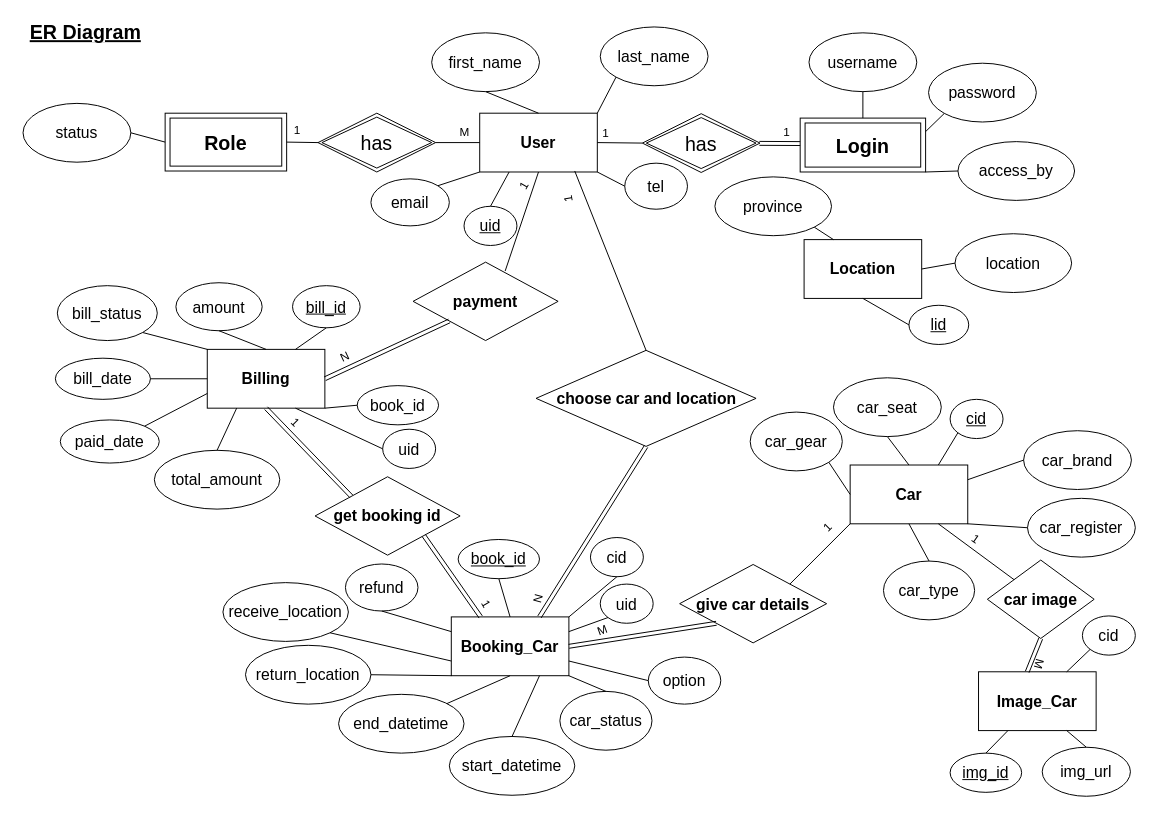
Above: page "ER Diagram" (1 of 2) of Online_Car_Rental_System.drawio in Werayootk/Online_Car_Rental_System (draw.io), before the change. Source tidied: cells renumbered, new cells numbered last; positions are measured from the earlier drawing's top-left corner, leaving out a move shared by most shapes. Both pictures are drawn from the tidied source at 98%, with x=0, y=0 at pixel (17, 17).
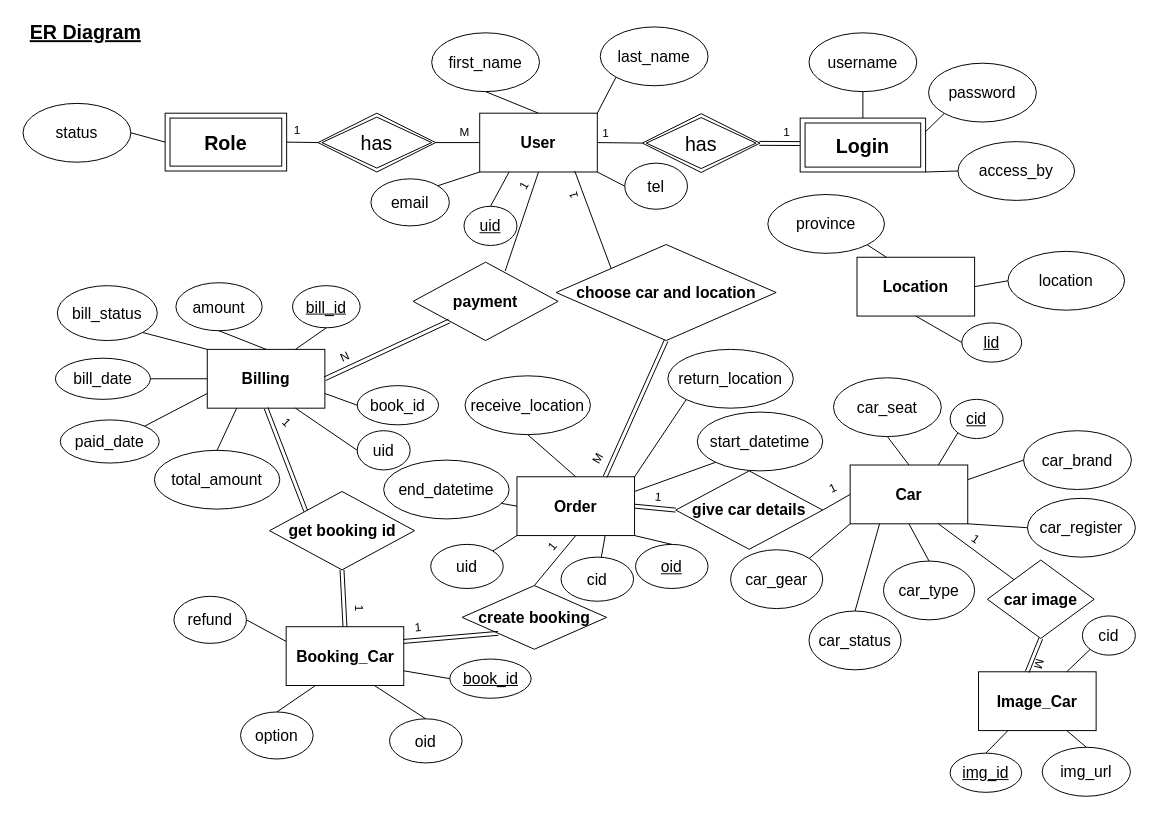
After the change.

Unchanged cells that the change refers to:
```xml
<mxCell id="3" value="&lt;b&gt;User&lt;/b&gt;" style="rounded=0;whiteSpace=wrap;html=1;labelBorderColor=none;fontSize=16;fontColor=#000000;strokeColor=#000000;fillColor=none;" parent="1" vertex="1">
  <mxGeometry x="472" y="98" width="120" height="60" as="geometry" />
</mxCell>
<mxCell id="18" value="&lt;b&gt;Car&lt;/b&gt;" style="rounded=0;whiteSpace=wrap;html=1;labelBorderColor=none;fontSize=16;fontColor=#000000;strokeColor=#000000;fillColor=none;" parent="1" vertex="1">
  <mxGeometry x="850" y="457" width="120" height="60" as="geometry" />
</mxCell>
<mxCell id="40" value="&lt;b&gt;Billing&lt;br&gt;&lt;/b&gt;" style="rounded=0;whiteSpace=wrap;html=1;labelBorderColor=none;fontSize=16;fontColor=#000000;strokeColor=#000000;fillColor=none;" parent="1" vertex="1">
  <mxGeometry x="194" y="339" width="120" height="60" as="geometry" />
</mxCell>
<mxCell id="57" value="book_id" style="ellipse;whiteSpace=wrap;html=1;labelBorderColor=none;fontSize=16;fontColor=#000000;strokeColor=#000000;fillColor=none;" parent="1" vertex="1">
  <mxGeometry x="347" y="376" width="83" height="40" as="geometry" />
</mxCell>
```

Change to the diagram source:
```diff
@@
     <mxCell id="19" value="&lt;b&gt;choose car and location&lt;/b&gt;" style="rhombus;whiteSpace=wrap;html=1;labelBorderColor=none;fontSize=16;fontColor=#000000;strokeColor=#000000;fillColor=none;" parent="1" vertex="1">
-      <mxGeometry x="529.5" y="340" width="224.5" height="98" as="geometry" />
+      <mxGeometry x="550" y="232" width="224.5" height="98" as="geometry" />
     </mxCell>
@@
     <mxCell id="24" value="car_gear" style="ellipse;whiteSpace=wrap;html=1;labelBorderColor=none;fontSize=16;fontColor=#000000;strokeColor=#000000;fillColor=none;" parent="1" vertex="1">
-      <mxGeometry x="748" y="403" width="94" height="60" as="geometry" />
+      <mxGeometry x="728" y="543.5" width="94" height="60" as="geometry" />
     </mxCell>
@@
     <mxCell id="39" value="&lt;b&gt;Booking_Car&lt;br&gt;&lt;/b&gt;" style="rounded=0;whiteSpace=wrap;html=1;labelBorderColor=none;fontSize=16;fontColor=#000000;strokeColor=#000000;fillColor=none;" parent="1" vertex="1">
-      <mxGeometry x="443" y="612" width="120" height="60" as="geometry" />
+      <mxGeometry x="274.5" y="622" width="120" height="60" as="geometry" />
     </mxCell>
@@
     <mxCell id="43" value="&lt;b&gt;give car details&lt;/b&gt;" style="rhombus;whiteSpace=wrap;html=1;labelBorderColor=none;fontSize=16;fontColor=#000000;strokeColor=#000000;fillColor=none;" parent="1" vertex="1">
-      <mxGeometry x="676" y="558.5" width="150" height="80" as="geometry" />
+      <mxGeometry x="672" y="463" width="150" height="80" as="geometry" />
     </mxCell>
-    <mxCell id="44" value="cid" style="ellipse;whiteSpace=wrap;html=1;labelBorderColor=none;fontSize=16;fontColor=#000000;strokeColor=#000000;fillColor=none;" parent="1" vertex="1">
-      <mxGeometry x="585" y="531" width="54" height="40" as="geometry" />
-    </mxCell>
     <mxCell id="45" value="car_status" style="ellipse;whiteSpace=wrap;html=1;labelBorderColor=none;fontSize=16;fontColor=#000000;strokeColor=#000000;fillColor=none;" parent="1" vertex="1">
-      <mxGeometry x="553.8" y="688" width="94" height="60" as="geometry" />
+      <mxGeometry x="808" y="606" width="94" height="60" as="geometry" />
     </mxCell>
     <mxCell id="46" value="&lt;u&gt;book_id&lt;/u&gt;" style="ellipse;whiteSpace=wrap;html=1;labelBorderColor=none;fontSize=16;fontColor=#000000;strokeColor=#000000;fillColor=none;" parent="1" vertex="1">
-      <mxGeometry x="450" y="533" width="83" height="40" as="geometry" />
+      <mxGeometry x="441.5" y="655" width="83" height="40" as="geometry" />
     </mxCell>
     <mxCell id="47" value="start_datetime" style="ellipse;whiteSpace=wrap;html=1;labelBorderColor=none;fontSize=16;fontColor=#000000;strokeColor=#000000;fillColor=none;" parent="1" vertex="1">
-      <mxGeometry x="441" y="734" width="128" height="60" as="geometry" />
+      <mxGeometry x="694" y="403" width="128" height="60" as="geometry" />
     </mxCell>
     <mxCell id="48" value="end_datetime" style="ellipse;whiteSpace=wrap;html=1;labelBorderColor=none;fontSize=16;fontColor=#000000;strokeColor=#000000;fillColor=none;" parent="1" vertex="1">
-      <mxGeometry x="328" y="691" width="128" height="60" as="geometry" />
+      <mxGeometry x="374" y="452" width="128" height="60" as="geometry" />
     </mxCell>
     <mxCell id="49" value="option" style="ellipse;whiteSpace=wrap;html=1;labelBorderColor=none;fontSize=16;fontColor=#000000;strokeColor=#000000;fillColor=none;" parent="1" vertex="1">
-      <mxGeometry x="644" y="653" width="74" height="48" as="geometry" />
+      <mxGeometry x="228" y="709" width="74" height="48" as="geometry" />
     </mxCell>
     <mxCell id="50" value="receive_location" style="ellipse;whiteSpace=wrap;html=1;labelBorderColor=none;fontSize=16;fontColor=#000000;strokeColor=#000000;fillColor=none;" parent="1" vertex="1">
-      <mxGeometry x="210" y="577" width="128" height="60" as="geometry" />
+      <mxGeometry x="457" y="366" width="128" height="60" as="geometry" />
     </mxCell>
     <mxCell id="51" value="return_location" style="ellipse;whiteSpace=wrap;html=1;labelBorderColor=none;fontSize=16;fontColor=#000000;strokeColor=#000000;fillColor=none;" parent="1" vertex="1">
-      <mxGeometry x="233" y="641" width="128" height="60" as="geometry" />
+      <mxGeometry x="664" y="339" width="128" height="60" as="geometry" />
     </mxCell>
-    <mxCell id="52" style="endArrow=none;html=1;rounded=0;fontSize=16;fontColor=#000000;exitX=1;exitY=0;exitDx=0;exitDy=0;entryX=0.5;entryY=1;entryDx=0;entryDy=0;" parent="1" edge="1" source="39" target="44">
-      <mxGeometry relative="1" as="geometry" />
-    </mxCell>
-    <mxCell id="53" style="endArrow=none;html=1;rounded=0;fontSize=16;fontColor=#000000;entryX=0.5;entryY=1;entryDx=0;entryDy=0;exitX=0.5;exitY=0;exitDx=0;exitDy=0;" parent="1" edge="1" source="39" target="46">
-      <mxGeometry relative="1" as="geometry" />
-    </mxCell>
     <mxCell id="54" value="&lt;b&gt;get booking id&lt;/b&gt;" style="rhombus;whiteSpace=wrap;html=1;labelBorderColor=none;fontSize=16;fontColor=#000000;strokeColor=#000000;fillColor=none;" parent="1" vertex="1">
-      <mxGeometry x="304" y="469" width="148" height="80" as="geometry" />
+      <mxGeometry x="257.5" y="484" width="148" height="80" as="geometry" />
     </mxCell>
-    <mxCell id="55" style="endArrow=none;html=1;rounded=0;fontSize=16;fontColor=#000000;entryX=1;entryY=1;entryDx=0;entryDy=0;exitX=0.25;exitY=0;exitDx=0;exitDy=0;shape=link;" parent="1" edge="1" source="39" target="54">
+    <mxCell id="55" style="endArrow=none;html=1;rounded=0;fontSize=16;fontColor=#000000;entryX=0.5;entryY=1;entryDx=0;entryDy=0;exitX=0.5;exitY=0;exitDx=0;exitDy=0;shape=link;" parent="1" edge="1" source="39" target="54">
       <mxGeometry relative="1" as="geometry" />
     </mxCell>
@@
     <mxCell id="58" value="refund" style="ellipse;whiteSpace=wrap;html=1;labelBorderColor=none;fontSize=16;fontColor=#000000;strokeColor=#000000;fillColor=none;" parent="1" vertex="1">
-      <mxGeometry x="335" y="558" width="74" height="48" as="geometry" />
+      <mxGeometry x="160" y="591" width="74" height="48" as="geometry" />
     </mxCell>
-    <mxCell id="59" style="endArrow=none;html=1;rounded=0;fontSize=16;fontColor=#000000;exitX=1;exitY=1;exitDx=0;exitDy=0;entryX=0;entryY=0.5;entryDx=0;entryDy=0;" parent="1" edge="1" source="40" target="57">
+    <mxCell id="59" style="endArrow=none;html=1;rounded=0;fontSize=16;fontColor=#000000;exitX=1;exitY=0.75;exitDx=0;exitDy=0;entryX=0;entryY=0.5;entryDx=0;entryDy=0;" parent="1" edge="1" source="40" target="57">
       <mxGeometry relative="1" as="geometry" />
     </mxCell>
@@
-    <mxCell id="80" value="1" style="text;html=1;strokeColor=none;fillColor=none;align=center;verticalAlign=middle;whiteSpace=wrap;rounded=0;rotation=60;" parent="1" vertex="1">
-      <mxGeometry x="466.5" y="591" width="25" height="15" as="geometry" />
+    <mxCell id="80" value="1" style="text;html=1;strokeColor=none;fillColor=none;align=center;verticalAlign=middle;whiteSpace=wrap;rounded=0;rotation=90;" parent="1" vertex="1">
+      <mxGeometry x="337" y="596" width="25" height="15" as="geometry" />
     </mxCell>
     <mxCell id="81" value="1" style="text;html=1;strokeColor=none;fillColor=none;align=center;verticalAlign=middle;whiteSpace=wrap;rounded=0;rotation=45;" parent="1" vertex="1">
-      <mxGeometry x="272" y="406" width="25" height="15" as="geometry" />
+      <mxGeometry x="263" y="406" width="25" height="15" as="geometry" />
     </mxCell>
@@
-    <mxCell id="96" value="uid" style="ellipse;whiteSpace=wrap;html=1;labelBorderColor=none;fontSize=16;fontColor=#000000;strokeColor=#000000;fillColor=none;" parent="1" vertex="1">
-      <mxGeometry x="595" y="578.5" width="54" height="40" as="geometry" />
-    </mxCell>
-    <mxCell id="97" style="endArrow=none;html=1;rounded=0;fontSize=16;fontColor=#000000;entryX=0;entryY=1;entryDx=0;entryDy=0;exitX=1;exitY=0.25;exitDx=0;exitDy=0;" parent="1" edge="1" source="39" target="96">
-      <mxGeometry relative="1" as="geometry" />
-    </mxCell>
@@
-    <mxCell id="99" style="endArrow=none;html=1;rounded=0;fontSize=16;fontColor=#000000;exitX=0;exitY=0.5;exitDx=0;exitDy=0;entryX=1;entryY=1;entryDx=0;entryDy=0;" parent="1" edge="1" source="18" target="24">
+    <mxCell id="99" style="endArrow=none;html=1;rounded=0;fontSize=16;fontColor=#000000;exitX=0;exitY=0.5;exitDx=0;exitDy=0;entryX=1;entryY=0.5;entryDx=0;entryDy=0;" parent="1" edge="1" source="18" target="43">
       <mxGeometry relative="1" as="geometry" />
     </mxCell>
     <mxCell id="100" value="&lt;b&gt;Location&lt;/b&gt;" style="rounded=0;whiteSpace=wrap;html=1;labelBorderColor=none;fontSize=16;fontColor=#000000;strokeColor=#000000;fillColor=none;" parent="1" vertex="1">
-      <mxGeometry x="803" y="227" width="120" height="60" as="geometry" />
+      <mxGeometry x="857" y="245" width="120" height="60" as="geometry" />
     </mxCell>
@@
-    <mxCell id="102" style="endArrow=none;html=1;rounded=0;entryX=0;entryY=1;entryDx=0;entryDy=0;exitX=1;exitY=0;exitDx=0;exitDy=0;" parent="1" edge="1" source="43" target="18">
+    <mxCell id="102" style="endArrow=none;html=1;rounded=0;entryX=0;entryY=1;entryDx=0;entryDy=0;exitX=1;exitY=0;exitDx=0;exitDy=0;" parent="1" edge="1" source="24" target="18">
       <mxGeometry relative="1" as="geometry" />
     </mxCell>
-    <mxCell id="103" style="endArrow=none;html=1;rounded=0;entryX=0;entryY=1;entryDx=0;entryDy=0;exitX=1;exitY=0.5;exitDx=0;exitDy=0;shape=link;" parent="1" edge="1" source="39" target="43">
-      <mxGeometry relative="1" as="geometry" />
-    </mxCell>
-    <mxCell id="104" style="endArrow=none;html=1;rounded=0;entryX=0;entryY=0.5;entryDx=0;entryDy=0;exitX=1;exitY=0.75;exitDx=0;exitDy=0;" parent="1" edge="1" source="39" target="49">
-      <mxGeometry relative="1" as="geometry" />
-    </mxCell>
-    <mxCell id="105" style="endArrow=none;html=1;rounded=0;entryX=0.5;entryY=0;entryDx=0;entryDy=0;exitX=1;exitY=1;exitDx=0;exitDy=0;" parent="1" edge="1" source="39" target="45">
-      <mxGeometry relative="1" as="geometry" />
-    </mxCell>
-    <mxCell id="106" style="endArrow=none;html=1;rounded=0;entryX=0.5;entryY=0;entryDx=0;entryDy=0;exitX=0.75;exitY=1;exitDx=0;exitDy=0;" parent="1" edge="1" source="39" target="47">
-      <mxGeometry relative="1" as="geometry" />
-    </mxCell>
-    <mxCell id="107" style="endArrow=none;html=1;rounded=0;exitX=0.5;exitY=1;exitDx=0;exitDy=0;" parent="1" edge="1" source="39" target="48">
-      <mxGeometry relative="1" as="geometry" />
-    </mxCell>
-    <mxCell id="108" style="endArrow=none;html=1;rounded=0;exitX=0;exitY=1;exitDx=0;exitDy=0;entryX=1;entryY=0.5;entryDx=0;entryDy=0;" parent="1" edge="1" source="39" target="51">
-      <mxGeometry relative="1" as="geometry" />
-    </mxCell>
-    <mxCell id="109" style="endArrow=none;html=1;rounded=0;exitX=0;exitY=0.75;exitDx=0;exitDy=0;entryX=1;entryY=1;entryDx=0;entryDy=0;" parent="1" edge="1" source="39" target="50">
-      <mxGeometry relative="1" as="geometry" />
-    </mxCell>
-    <mxCell id="110" style="endArrow=none;html=1;rounded=0;exitX=0;exitY=0.25;exitDx=0;exitDy=0;entryX=0.5;entryY=1;entryDx=0;entryDy=0;" parent="1" edge="1" source="39" target="58">
-      <mxGeometry relative="1" as="geometry" />
-    </mxCell>
-    <mxCell id="111" value="M" style="text;html=1;strokeColor=none;fillColor=none;align=center;verticalAlign=middle;whiteSpace=wrap;rounded=0;rotation=-20;" parent="1" vertex="1">
-      <mxGeometry x="585" y="618.5" width="25" height="15" as="geometry" />
-    </mxCell>
-    <mxCell id="112" value="1" style="text;html=1;strokeColor=none;fillColor=none;align=center;verticalAlign=middle;whiteSpace=wrap;rounded=0;rotation=-45;" parent="1" vertex="1">
-      <mxGeometry x="815" y="513.5" width="25" height="15" as="geometry" />
-    </mxCell>
     <mxCell id="113" value="location" style="ellipse;whiteSpace=wrap;html=1;labelBorderColor=none;fontSize=16;fontColor=#000000;strokeColor=#000000;fillColor=none;" parent="1" vertex="1">
-      <mxGeometry x="957" y="221" width="119" height="60" as="geometry" />
+      <mxGeometry x="1011" y="239" width="119" height="60" as="geometry" />
     </mxCell>
@@
     <mxCell id="115" value="&lt;u&gt;lid&lt;/u&gt;" style="ellipse;whiteSpace=wrap;html=1;labelBorderColor=none;fontSize=16;fontColor=#000000;strokeColor=#000000;fillColor=none;" parent="1" vertex="1">
-      <mxGeometry x="910" y="294" width="61" height="40" as="geometry" />
+      <mxGeometry x="964" y="312" width="61" height="40" as="geometry" />
     </mxCell>
@@
-    <mxCell id="117" style="endArrow=none;html=1;rounded=0;entryX=0.808;entryY=0.983;entryDx=0;entryDy=0;exitX=0.5;exitY=0;exitDx=0;exitDy=0;entryPerimeter=0;" parent="1" edge="1" source="19" target="3">
+    <mxCell id="117" style="endArrow=none;html=1;rounded=0;entryX=0.808;entryY=0.983;entryDx=0;entryDy=0;exitX=0;exitY=0;exitDx=0;exitDy=0;entryPerimeter=0;" parent="1" edge="1" source="19" target="3">
       <mxGeometry relative="1" as="geometry" />
     </mxCell>
-    <mxCell id="118" style="endArrow=none;html=1;rounded=0;exitX=0.75;exitY=0;exitDx=0;exitDy=0;entryX=0.5;entryY=1;entryDx=0;entryDy=0;shape=link;" parent="1" edge="1" source="39" target="19">
-      <mxGeometry relative="1" as="geometry" />
-    </mxCell>
-    <mxCell id="119" value="1" style="text;html=1;strokeColor=none;fillColor=none;align=center;verticalAlign=middle;whiteSpace=wrap;rounded=0;rotation=-100;" parent="1" vertex="1">
-      <mxGeometry x="550" y="178" width="25" height="15" as="geometry" />
+    <mxCell id="119" value="1" style="text;html=1;strokeColor=none;fillColor=none;align=center;verticalAlign=middle;whiteSpace=wrap;rounded=0;rotation=-105;" parent="1" vertex="1">
+      <mxGeometry x="555.5" y="175" width="25" height="15" as="geometry" />
     </mxCell>
-    <mxCell id="120" value="N" style="text;html=1;strokeColor=none;fillColor=none;align=center;verticalAlign=middle;whiteSpace=wrap;rounded=0;rotation=-75;" parent="1" vertex="1">
-      <mxGeometry x="519.5" y="586.5" width="25" height="15" as="geometry" />
-    </mxCell>
     <mxCell id="121" value="uid" style="ellipse;whiteSpace=wrap;html=1;labelBorderColor=none;fontSize=16;fontColor=#000000;strokeColor=#000000;fillColor=none;" parent="1" vertex="1">
-      <mxGeometry x="373" y="420.5" width="54" height="40" as="geometry" />
+      <mxGeometry x="347" y="422" width="54" height="40" as="geometry" />
     </mxCell>
@@
     <mxCell id="123" value="province" style="ellipse;whiteSpace=wrap;html=1;labelBorderColor=none;fontSize=16;fontColor=#000000;strokeColor=#000000;fillColor=none;" parent="1" vertex="1">
-      <mxGeometry x="712" y="163" width="119" height="60" as="geometry" />
+      <mxGeometry x="766" y="181" width="119" height="60" as="geometry" />
     </mxCell>
@@
+    <mxCell id="125" value="&lt;b&gt;create booking&lt;/b&gt;" style="rhombus;whiteSpace=wrap;html=1;labelBorderColor=none;fontSize=16;fontColor=#000000;strokeColor=#000000;fillColor=none;" parent="1" vertex="1">
+      <mxGeometry x="454" y="580" width="147.5" height="65" as="geometry" />
+    </mxCell>
+    <mxCell id="53" style="endArrow=none;html=1;rounded=0;fontSize=16;fontColor=#000000;exitX=1;exitY=0.75;exitDx=0;exitDy=0;entryX=0;entryY=0.5;entryDx=0;entryDy=0;" parent="1" edge="1" source="39" target="46">
+      <mxGeometry relative="1" as="geometry" />
+    </mxCell>
+    <mxCell id="104" style="endArrow=none;html=1;rounded=0;fontSize=16;fontColor=#000000;exitX=0.25;exitY=1;exitDx=0;exitDy=0;entryX=0.5;entryY=0;entryDx=0;entryDy=0;" parent="1" edge="1" source="39" target="49">
+      <mxGeometry relative="1" as="geometry" />
+    </mxCell>
+    <mxCell id="110" style="endArrow=none;html=1;rounded=0;fontSize=16;fontColor=#000000;exitX=0;exitY=0.25;exitDx=0;exitDy=0;entryX=1;entryY=0.5;entryDx=0;entryDy=0;" parent="1" edge="1" source="39" target="58">
+      <mxGeometry relative="1" as="geometry" />
+    </mxCell>
+    <mxCell id="126" value="&lt;b&gt;Order&lt;br&gt;&lt;/b&gt;" style="rounded=0;whiteSpace=wrap;html=1;labelBorderColor=none;fontSize=16;fontColor=#000000;strokeColor=#000000;fillColor=none;" parent="1" vertex="1">
+      <mxGeometry x="510" y="469" width="120" height="60" as="geometry" />
+    </mxCell>
+    <mxCell id="127" style="endArrow=none;html=1;rounded=0;fontSize=16;fontColor=#000000;exitX=0;exitY=1;exitDx=0;exitDy=0;entryX=1;entryY=0.25;entryDx=0;entryDy=0;shape=link;" parent="1" edge="1" source="125" target="39">
+      <mxGeometry relative="1" as="geometry" />
+    </mxCell>
+    <mxCell id="128" style="endArrow=none;html=1;rounded=0;fontSize=16;fontColor=#000000;exitX=0.5;exitY=1;exitDx=0;exitDy=0;entryX=0.5;entryY=0;entryDx=0;entryDy=0;" parent="1" edge="1" source="126" target="125">
+      <mxGeometry relative="1" as="geometry" />
+    </mxCell>
+    <mxCell id="129" style="endArrow=none;html=1;rounded=0;fontSize=16;fontColor=#000000;exitX=0;exitY=0.5;exitDx=0;exitDy=0;entryX=1;entryY=0.5;entryDx=0;entryDy=0;shape=link;" parent="1" edge="1" source="43" target="126">
+      <mxGeometry relative="1" as="geometry" />
+    </mxCell>
+    <mxCell id="130" value="oid" style="ellipse;whiteSpace=wrap;html=1;labelBorderColor=none;fontSize=16;fontColor=#000000;strokeColor=#000000;fillColor=none;" parent="1" vertex="1">
+      <mxGeometry x="380" y="716" width="74" height="45" as="geometry" />
+    </mxCell>
+    <mxCell id="131" style="endArrow=none;html=1;rounded=0;fontSize=16;fontColor=#000000;exitX=0.75;exitY=1;exitDx=0;exitDy=0;entryX=0.5;entryY=0;entryDx=0;entryDy=0;" parent="1" edge="1" source="39" target="130">
+      <mxGeometry relative="1" as="geometry" />
+    </mxCell>
+    <mxCell id="132" value="&lt;u&gt;oid&lt;/u&gt;" style="ellipse;whiteSpace=wrap;html=1;labelBorderColor=none;fontSize=16;fontColor=#000000;strokeColor=#000000;fillColor=none;" parent="1" vertex="1">
+      <mxGeometry x="631" y="538" width="74" height="45" as="geometry" />
+    </mxCell>
+    <mxCell id="133" style="endArrow=none;html=1;rounded=0;fontSize=16;fontColor=#000000;exitX=1;exitY=1;exitDx=0;exitDy=0;entryX=0.5;entryY=0;entryDx=0;entryDy=0;" parent="1" edge="1" source="126" target="132">
+      <mxGeometry relative="1" as="geometry" />
+    </mxCell>
+    <mxCell id="134" value="1" style="text;html=1;strokeColor=none;fillColor=none;align=center;verticalAlign=middle;whiteSpace=wrap;rounded=0;rotation=-5;" parent="1" vertex="1">
+      <mxGeometry x="397" y="615.5" width="25" height="15" as="geometry" />
+    </mxCell>
+    <mxCell id="135" value="1" style="text;html=1;strokeColor=none;fillColor=none;align=center;verticalAlign=middle;whiteSpace=wrap;rounded=0;rotation=-50;" parent="1" vertex="1">
+      <mxGeometry x="533.5" y="533" width="25" height="15" as="geometry" />
+    </mxCell>
+    <mxCell id="136" value="1" style="text;html=1;strokeColor=none;fillColor=none;align=center;verticalAlign=middle;whiteSpace=wrap;rounded=0;rotation=5;" parent="1" vertex="1">
+      <mxGeometry x="642" y="482" width="25" height="15" as="geometry" />
+    </mxCell>
+    <mxCell id="137" value="1" style="text;html=1;strokeColor=none;fillColor=none;align=center;verticalAlign=middle;whiteSpace=wrap;rounded=0;rotation=-25;" parent="1" vertex="1">
+      <mxGeometry x="820" y="473" width="25" height="15" as="geometry" />
+    </mxCell>
+    <mxCell id="138" style="endArrow=none;html=1;rounded=0;exitX=0.75;exitY=0;exitDx=0;exitDy=0;entryX=0.5;entryY=1;entryDx=0;entryDy=0;shape=link;" parent="1" edge="1" source="126" target="19">
+      <mxGeometry relative="1" as="geometry" />
+    </mxCell>
+    <mxCell id="111" value="M" style="text;html=1;strokeColor=none;fillColor=none;align=center;verticalAlign=middle;whiteSpace=wrap;rounded=0;rotation=-60;" parent="1" vertex="1">
+      <mxGeometry x="580" y="443" width="25" height="15" as="geometry" />
+    </mxCell>
+    <mxCell id="139" style="endArrow=none;html=1;rounded=0;fontSize=16;fontColor=#000000;exitX=1;exitY=0.25;exitDx=0;exitDy=0;entryX=0;entryY=1;entryDx=0;entryDy=0;" parent="1" edge="1" source="126" target="47">
+      <mxGeometry relative="1" as="geometry" />
+    </mxCell>
+    <mxCell id="140" style="endArrow=none;html=1;rounded=0;fontSize=16;fontColor=#000000;exitX=1;exitY=0;exitDx=0;exitDy=0;entryX=0;entryY=1;entryDx=0;entryDy=0;" parent="1" edge="1" source="126" target="51">
+      <mxGeometry relative="1" as="geometry" />
+    </mxCell>
+    <mxCell id="141" style="endArrow=none;html=1;rounded=0;fontSize=16;fontColor=#000000;exitX=0.5;exitY=0;exitDx=0;exitDy=0;entryX=0.5;entryY=1;entryDx=0;entryDy=0;" parent="1" edge="1" source="126" target="50">
+      <mxGeometry relative="1" as="geometry" />
+    </mxCell>
+    <mxCell id="142" style="endArrow=none;html=1;rounded=0;fontSize=16;fontColor=#000000;exitX=0;exitY=0.5;exitDx=0;exitDy=0;entryX=0.939;entryY=0.736;entryDx=0;entryDy=0;entryPerimeter=0;" parent="1" edge="1" source="126" target="48">
+      <mxGeometry relative="1" as="geometry" />
+    </mxCell>
+    <mxCell id="44" value="cid" style="ellipse;whiteSpace=wrap;html=1;labelBorderColor=none;fontSize=16;fontColor=#000000;strokeColor=#000000;fillColor=none;" parent="1" vertex="1">
+      <mxGeometry x="555" y="551" width="74" height="45" as="geometry" />
+    </mxCell>
+    <mxCell id="96" value="uid" style="ellipse;whiteSpace=wrap;html=1;labelBorderColor=none;fontSize=16;fontColor=#000000;strokeColor=#000000;fillColor=none;" parent="1" vertex="1">
+      <mxGeometry x="422" y="538" width="74" height="45" as="geometry" />
+    </mxCell>
+    <mxCell id="143" style="endArrow=none;html=1;rounded=0;entryX=0.75;entryY=1;entryDx=0;entryDy=0;" parent="1" edge="1" source="44" target="126">
+      <mxGeometry relative="1" as="geometry" />
+    </mxCell>
+    <mxCell id="144" style="endArrow=none;html=1;rounded=0;entryX=0;entryY=1;entryDx=0;entryDy=0;exitX=1;exitY=0;exitDx=0;exitDy=0;" parent="1" edge="1" source="96" target="126">
+      <mxGeometry relative="1" as="geometry" />
+    </mxCell>
+    <mxCell id="145" style="endArrow=none;html=1;rounded=0;fontSize=16;fontColor=#000000;exitX=0.25;exitY=1;exitDx=0;exitDy=0;entryX=0.5;entryY=0;entryDx=0;entryDy=0;" parent="1" edge="1" source="18" target="45">
+      <mxGeometry relative="1" as="geometry" />
+    </mxCell>
```
